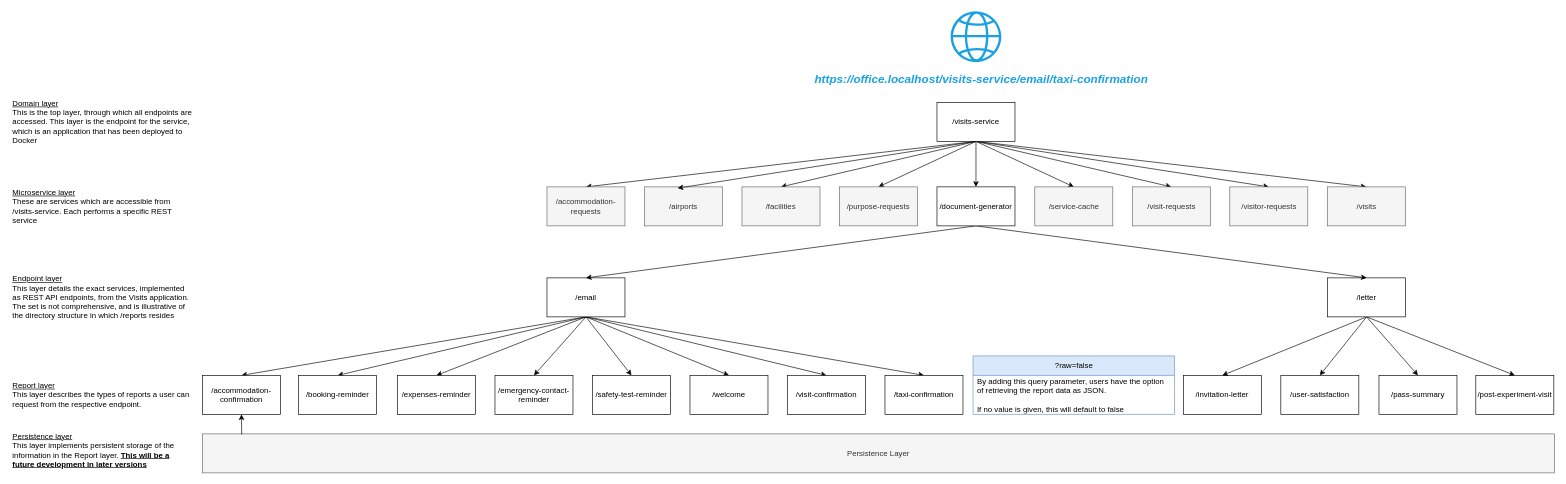
Earlier version of the draw.io diagram Service URL hierarchy.drawio (ambolt314/FinalProjectDesign). Source tidied: cells renumbered, new cells numbered last; positions are measured from the earlier drawing's top-left corner, leaving out a move shared by most shapes. Both pictures are drawn from the tidied source at 65%, with x=0, y=0 at pixel (11, 11).
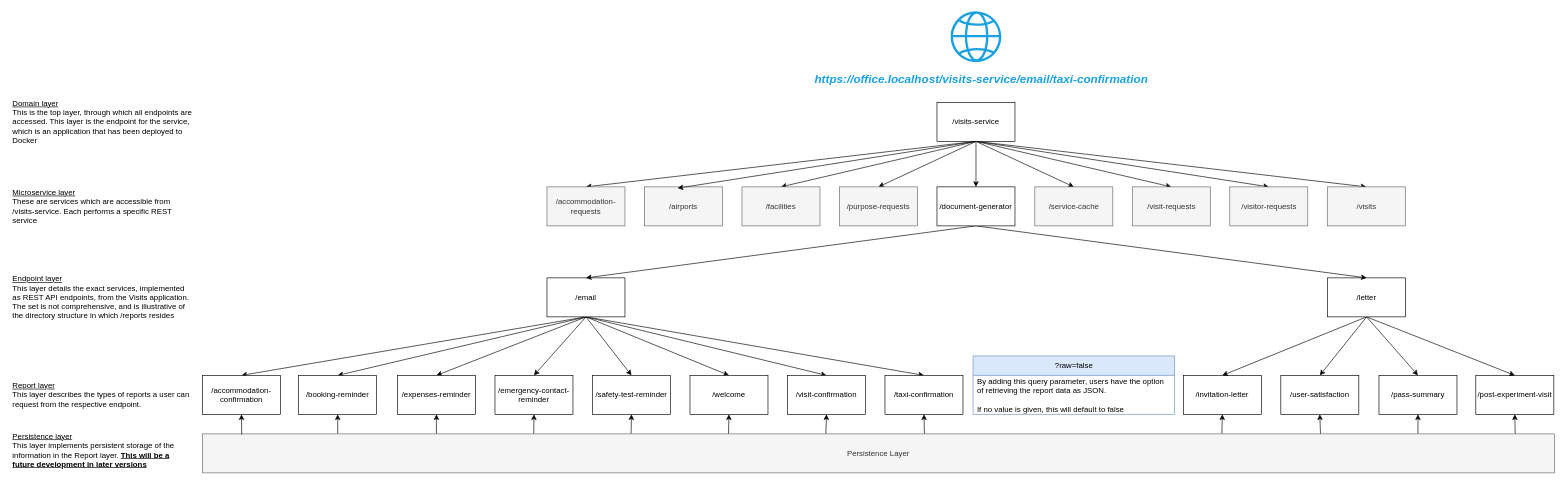
The same diagram, later.

Unchanged cells that the change refers to:
```xml
<mxCell id="21" value="/visit-confirmation" style="rounded=0;whiteSpace=wrap;html=1;" parent="1" vertex="1">
  <mxGeometry x="1194" y="560" width="120" height="60" as="geometry" />
</mxCell>
<mxCell id="29" value="/taxi-confirmation" style="rounded=0;whiteSpace=wrap;html=1;" parent="1" vertex="1">
  <mxGeometry x="1344" y="560" width="120" height="60" as="geometry" />
</mxCell>
<mxCell id="30" value="/booking-reminder" style="rounded=0;whiteSpace=wrap;html=1;" parent="1" vertex="1">
  <mxGeometry x="442" y="560" width="120" height="60" as="geometry" />
</mxCell>
<mxCell id="36" value="/expenses-reminder" style="rounded=0;whiteSpace=wrap;html=1;" parent="1" vertex="1">
  <mxGeometry x="594" y="560" width="120" height="60" as="geometry" />
</mxCell>
<mxCell id="37" value="/invitation-letter" style="rounded=0;whiteSpace=wrap;html=1;" parent="1" vertex="1">
  <mxGeometry x="1803" y="560" width="120" height="60" as="geometry" />
</mxCell>
<mxCell id="38" value="/pass-summary" style="rounded=0;whiteSpace=wrap;html=1;" parent="1" vertex="1">
  <mxGeometry x="2104" y="560" width="120" height="60" as="geometry" />
</mxCell>
<mxCell id="39" value="/post-experiment-visit" style="rounded=0;whiteSpace=wrap;html=1;" parent="1" vertex="1">
  <mxGeometry x="2253" y="560" width="120" height="60" as="geometry" />
</mxCell>
<mxCell id="40" value="/safety-test-reminder" style="rounded=0;whiteSpace=wrap;html=1;" parent="1" vertex="1">
  <mxGeometry x="894" y="560" width="120" height="60" as="geometry" />
</mxCell>
<mxCell id="41" value="/emergency-contact-reminder" style="rounded=0;whiteSpace=wrap;html=1;" parent="1" vertex="1">
  <mxGeometry x="744" y="560" width="120" height="60" as="geometry" />
</mxCell>
<mxCell id="42" value="/user-satisfaction" style="rounded=0;whiteSpace=wrap;html=1;" parent="1" vertex="1">
  <mxGeometry x="1953" y="560" width="120" height="60" as="geometry" />
</mxCell>
<mxCell id="43" value="/welcome" style="rounded=0;whiteSpace=wrap;html=1;" parent="1" vertex="1">
  <mxGeometry x="1044" y="560" width="120" height="60" as="geometry" />
</mxCell>
<mxCell id="58" value="Persistence Layer" style="rounded=0;whiteSpace=wrap;html=1;fillColor=#f5f5f5;fontColor=#333333;strokeColor=#666666;" parent="1" vertex="1">
  <mxGeometry x="294" y="650" width="2080" height="60" as="geometry" />
</mxCell>
```

What changed in the source:
```diff
@@
+    <mxCell id="60" style="edgeStyle=none;rounded=0;jettySize=auto;html=1;entryX=0.5;entryY=1;entryDx=0;entryDy=0;exitX=0.1;exitY=0.012;exitDx=0;exitDy=0;exitPerimeter=0;" parent="1" edge="1" source="58" target="30">
+      <mxGeometry relative="1" as="geometry" />
+    </mxCell>
+    <mxCell id="61" style="edgeStyle=none;rounded=0;jettySize=auto;html=1;entryX=0.5;entryY=1;entryDx=0;entryDy=0;exitX=0.173;exitY=0.071;exitDx=0;exitDy=0;exitPerimeter=0;" parent="1" edge="1" source="58" target="36">
+      <mxGeometry relative="1" as="geometry" />
+    </mxCell>
+    <mxCell id="62" style="edgeStyle=none;rounded=0;jettySize=auto;html=1;entryX=0.5;entryY=1;entryDx=0;entryDy=0;exitX=0.245;exitY=0.048;exitDx=0;exitDy=0;exitPerimeter=0;" parent="1" edge="1" source="58" target="41">
+      <mxGeometry relative="1" as="geometry" />
+    </mxCell>
+    <mxCell id="63" style="edgeStyle=none;rounded=0;jettySize=auto;html=1;entryX=0.5;entryY=1;entryDx=0;entryDy=0;exitX=0.317;exitY=0.053;exitDx=0;exitDy=0;exitPerimeter=0;" parent="1" edge="1" source="58" target="40">
+      <mxGeometry relative="1" as="geometry" />
+    </mxCell>
+    <mxCell id="64" style="edgeStyle=none;rounded=0;jettySize=auto;html=1;entryX=0.5;entryY=1;entryDx=0;entryDy=0;exitX=0.389;exitY=0.094;exitDx=0;exitDy=0;exitPerimeter=0;" parent="1" edge="1" source="58" target="43">
+      <mxGeometry relative="1" as="geometry" />
+    </mxCell>
+    <mxCell id="65" style="edgeStyle=none;rounded=0;jettySize=auto;html=1;entryX=0.5;entryY=1;entryDx=0;entryDy=0;exitX=0.461;exitY=0.08;exitDx=0;exitDy=0;exitPerimeter=0;" parent="1" edge="1" source="58" target="21">
+      <mxGeometry relative="1" as="geometry" />
+    </mxCell>
+    <mxCell id="66" style="edgeStyle=none;rounded=0;jettySize=auto;html=1;entryX=0.5;entryY=1;entryDx=0;entryDy=0;exitX=0.534;exitY=0.042;exitDx=0;exitDy=0;exitPerimeter=0;" parent="1" edge="1" source="58" target="29">
+      <mxGeometry relative="1" as="geometry" />
+    </mxCell>
+    <mxCell id="67" style="edgeStyle=none;rounded=0;jettySize=auto;html=1;entryX=0.5;entryY=1;entryDx=0;entryDy=0;exitX=0.754;exitY=0.025;exitDx=0;exitDy=0;exitPerimeter=0;" parent="1" edge="1" source="58" target="37">
+      <mxGeometry relative="1" as="geometry" />
+    </mxCell>
+    <mxCell id="68" style="edgeStyle=none;rounded=0;jettySize=auto;html=1;entryX=0.5;entryY=1;entryDx=0;entryDy=0;exitX=0.827;exitY=0.065;exitDx=0;exitDy=0;exitPerimeter=0;" parent="1" edge="1" source="58" target="42">
+      <mxGeometry relative="1" as="geometry" />
+    </mxCell>
+    <mxCell id="69" style="edgeStyle=none;rounded=0;jettySize=auto;html=1;entryX=0.5;entryY=1;entryDx=0;entryDy=0;exitX=0.899;exitY=0.051;exitDx=0;exitDy=0;exitPerimeter=0;" parent="1" edge="1" source="58" target="38">
+      <mxGeometry relative="1" as="geometry" />
+    </mxCell>
+    <mxCell id="70" style="edgeStyle=none;rounded=0;jettySize=auto;html=1;entryX=0.5;entryY=1;entryDx=0;entryDy=0;exitX=0.971;exitY=0.08;exitDx=0;exitDy=0;exitPerimeter=0;" parent="1" edge="1" source="58" target="39">
+      <mxGeometry relative="1" as="geometry" />
+    </mxCell>
```
